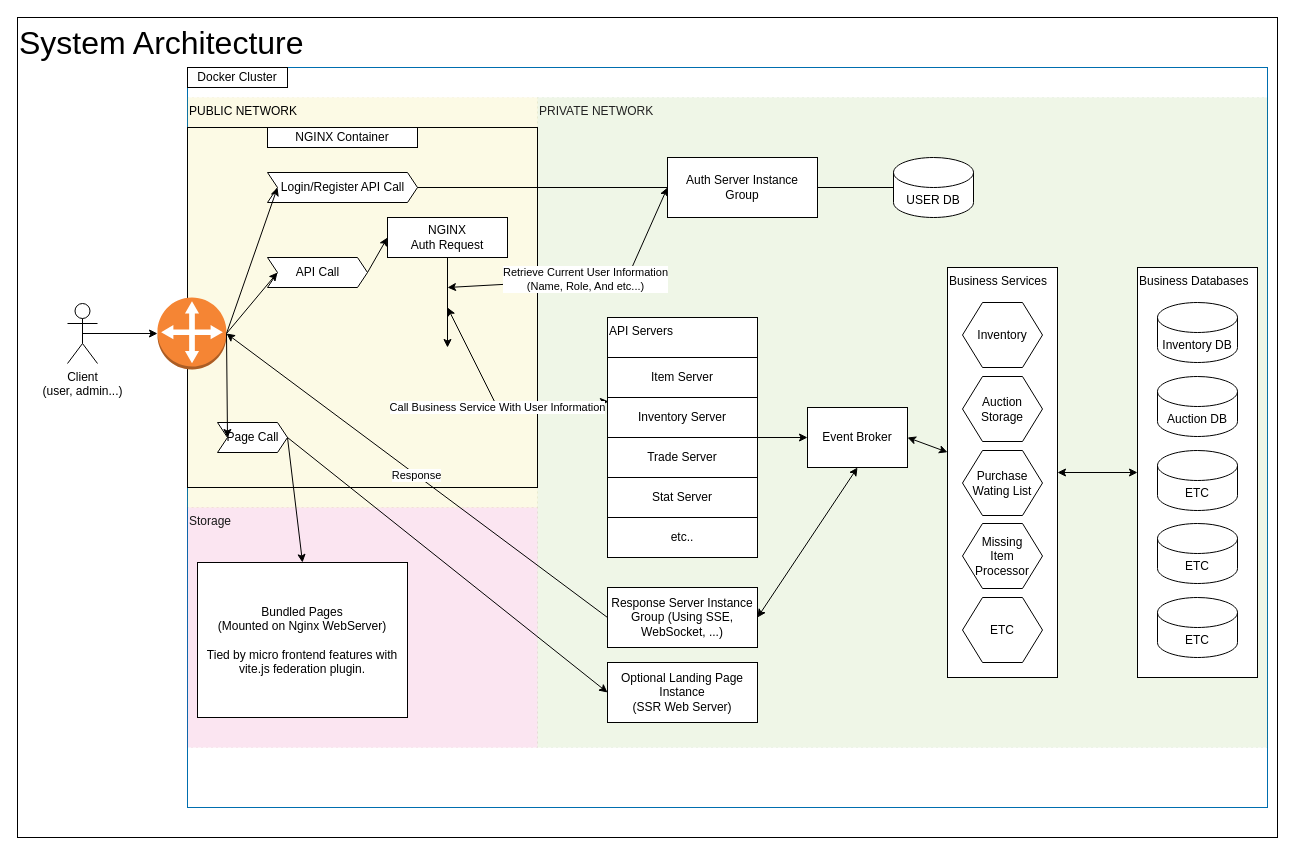
Above: imgs/drawio/system-architecture.drawio in AikusoniTradeSystem/documents (draw.io), before the change. Source tidied: cells renumbered, new cells numbered last; positions are measured from the earlier drawing's top-left corner, leaving out a move shared by most shapes. Both pictures are drawn from the tidied source at 100%, with x=0, y=0 at pixel (17, 17).
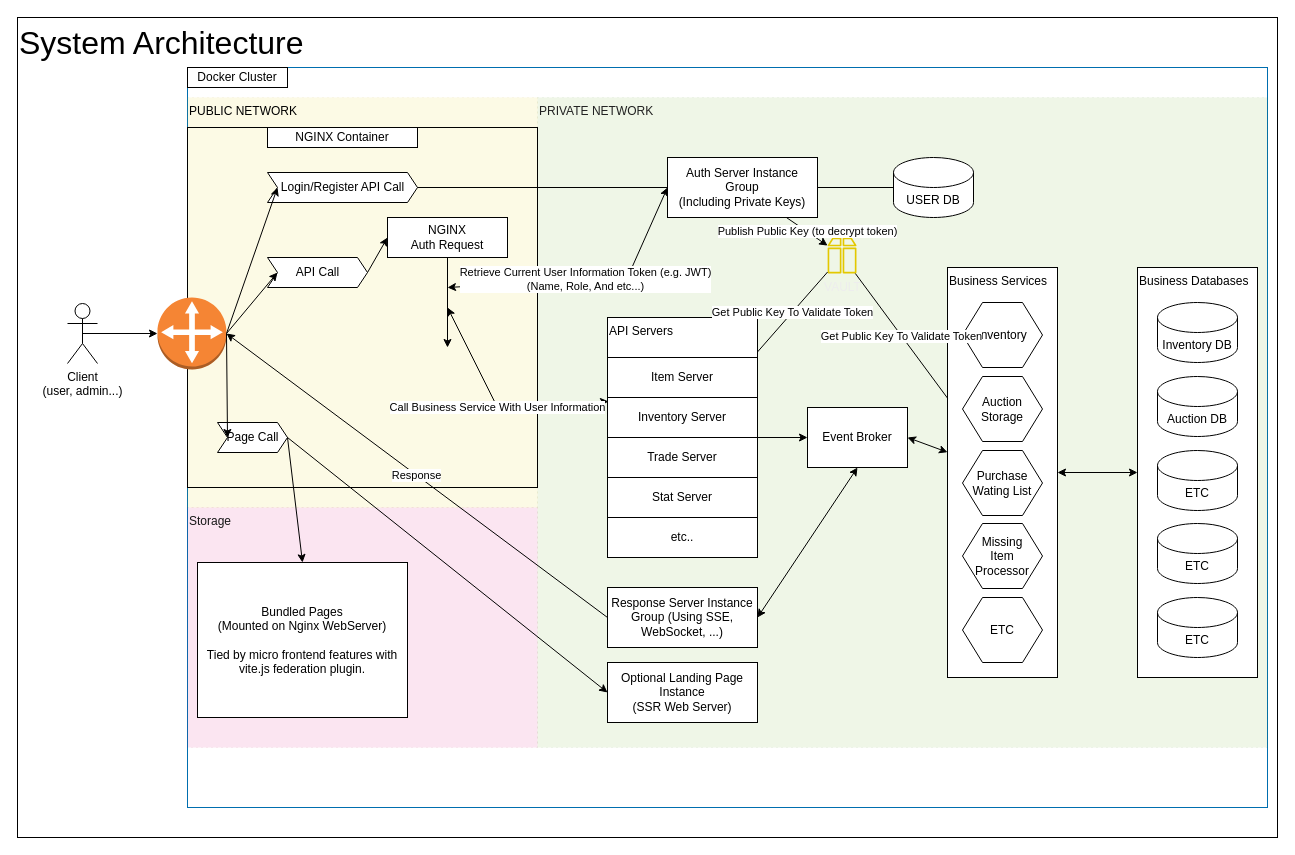
After the change.

The change refers to these unchanged cells:
```xml
<mxCell id="24" value="API Servers" style="rounded=0;whiteSpace=wrap;html=1;align=left;verticalAlign=top;" parent="1" vertex="1">
  <mxGeometry x="590" y="300" width="150" height="240" as="geometry" />
</mxCell>
<mxCell id="41" value="Business Services" style="rounded=0;whiteSpace=wrap;html=1;align=left;verticalAlign=top;" parent="1" vertex="1">
  <mxGeometry x="930" y="250" width="110" height="410" as="geometry" />
</mxCell>
```

Diff of the diagram source:
```diff
@@
-    <mxCell id="14" value="Auth Server Instance Group" style="rounded=0;whiteSpace=wrap;html=1;" parent="1" vertex="1">
+    <mxCell id="14" value="Auth Server Instance Group&lt;br&gt;(Including Private Keys)" style="rounded=0;whiteSpace=wrap;html=1;" parent="1" vertex="1">
       <mxGeometry x="650" y="140" width="150" height="60" as="geometry" />
     </mxCell>
@@
-    <mxCell id="26" value="Retrieve Current User Information&lt;br&gt;(Name, Role, And etc...)" style="endArrow=classic;startArrow=classic;html=1;rounded=0;entryX=0;entryY=0.5;entryDx=0;entryDy=0;" parent="1" edge="1" target="14">
+    <mxCell id="26" value="Retrieve Current User Information Token (e.g. JWT)&lt;br&gt;(Name, Role, And etc...)" style="endArrow=classic;startArrow=classic;html=1;rounded=0;entryX=0;entryY=0.5;entryDx=0;entryDy=0;" parent="1" edge="1" target="14">
       <mxGeometry x="-0.01" relative="1" as="geometry">
         <mxPoint x="430" y="270" as="sourcePoint" />
         <Array as="points">
           <mxPoint x="610" y="260" />
         </Array>
       </mxGeometry>
     </mxCell>
@@
+    <mxCell id="57" value="VAULT" style="sketch=0;outlineConnect=0;dashed=0;verticalLabelPosition=bottom;verticalAlign=top;align=center;html=1;fontSize=12;fontStyle=0;shape=mxgraph.aws4.archive;fillColor=#e3c800;fontColor=#EDEDED;strokeColor=#B09500;" parent="1" vertex="1">
+      <mxGeometry x="810" y="220" width="29.1" height="36" as="geometry" />
+    </mxCell>
+    <mxCell id="58" value="Publish Public Key (to decrypt token)" style="endArrow=classic;html=1;rounded=0;" parent="1" edge="1" source="14" target="57">
+      <mxGeometry relative="1" as="geometry" />
+    </mxCell>
+    <mxCell id="59" value="Get Public Key To Validate Token" style="endArrow=none;html=1;rounded=0;" parent="1" edge="1" source="24" target="57">
+      <mxGeometry relative="1" as="geometry" />
+    </mxCell>
+    <mxCell id="60" value="Get Public Key To Validate Token" style="endArrow=none;html=1;rounded=0;" parent="1" edge="1" source="41" target="57">
+      <mxGeometry relative="1" as="geometry" />
+    </mxCell>
```
